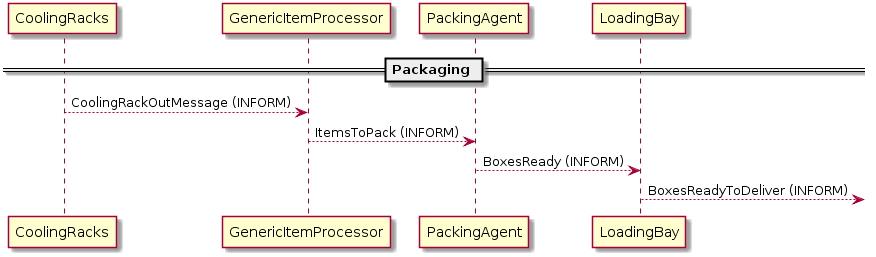
Earlier version of the PlantUML export docs/Architecture/Architecture_Packaging.png (HBRS-MAAS/ws18-project-commitment_issues).
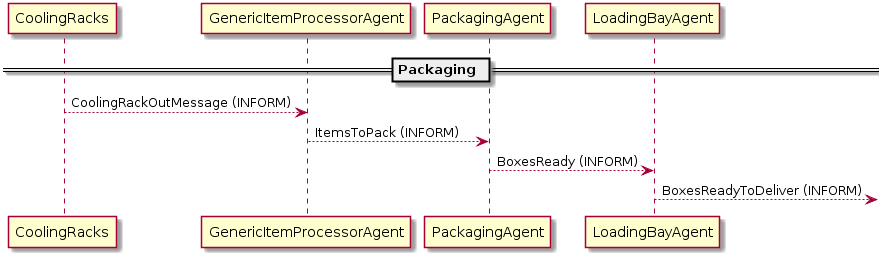
Later version of the same file.

Change to the diagram source:
```diff
@@ -3,13 +3,13 @@
 
 
 == Packaging ==
-CoolingRacks --> GenericItemProcessor : CoolingRackOutMessage (INFORM)
+CoolingRacks --> GenericItemProcessorAgent : CoolingRackOutMessage (INFORM)
 
-GenericItemProcessor --> PackingAgent : ItemsToPack (INFORM)
+GenericItemProcessorAgent --> PackagingAgent : ItemsToPack (INFORM)
 
-PackingAgent --> LoadingBay : BoxesReady (INFORM)
+PackagingAgent --> LoadingBayAgent : BoxesReady (INFORM)
 
-LoadingBay --> : BoxesReadyToDeliver (INFORM)
+LoadingBayAgent --> : BoxesReadyToDeliver (INFORM)
 
 
 @enduml
```
